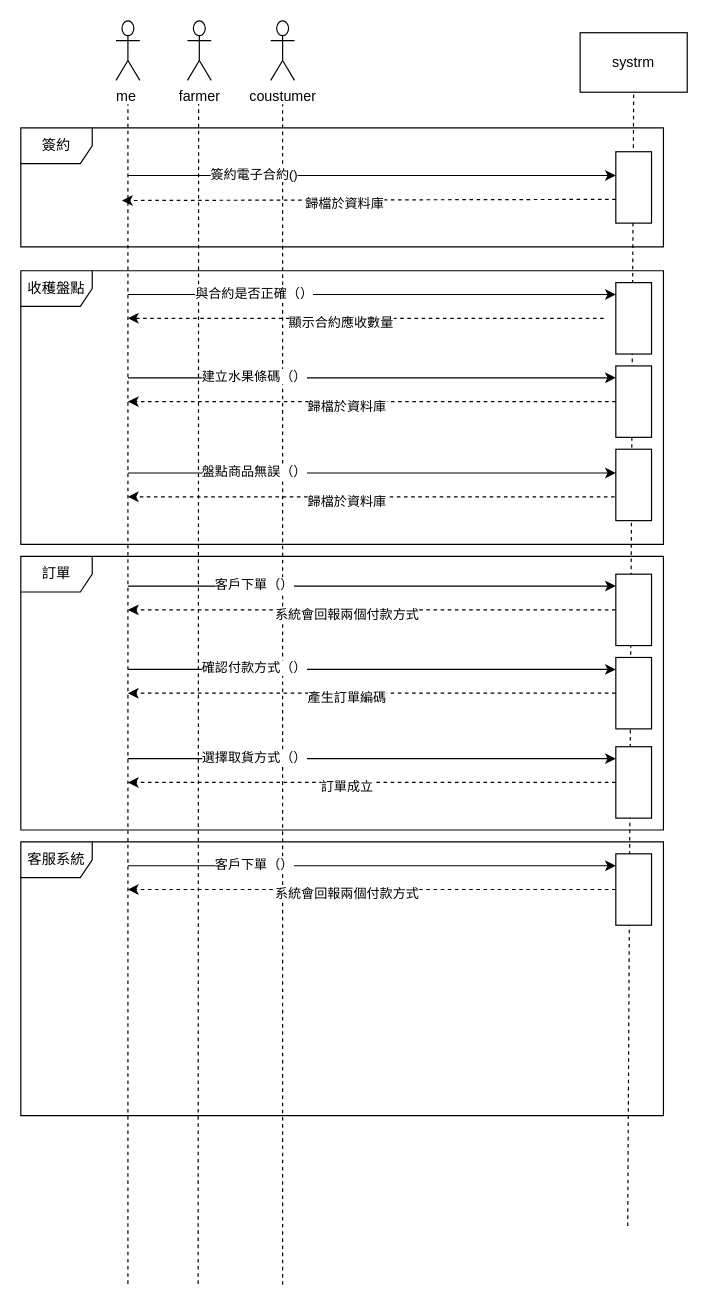
The draw.io diagram c.drawio in Dolaaaaaaaa/Teamproject, before the edit. Source tidied: cells renumbered, new cells numbered last; positions are measured from the earlier drawing's top-left corner, leaving out a move shared by most shapes. Both pictures are drawn from the tidied source at 119%, with x=0, y=0 at pixel (20, 20).
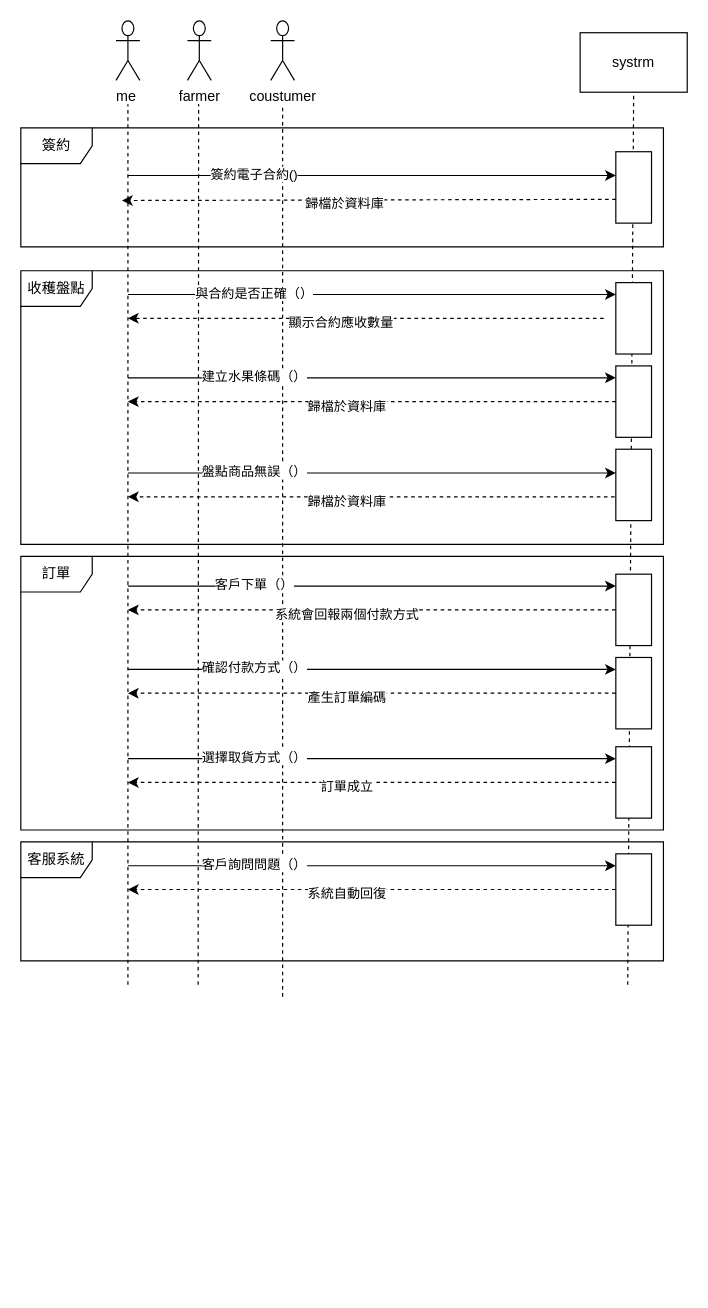
Above is the later version.

The change refers to these unchanged cells:
```xml
<mxCell id="2" value="systrm" style="rounded=0;whiteSpace=wrap;html=1;" parent="1" vertex="1">
  <mxGeometry x="470" y="10" width="90" height="50" as="geometry" />
</mxCell>
<mxCell id="9" value="coustumer" style="shape=umlActor;verticalLabelPosition=bottom;verticalAlign=top;html=1;" parent="1" vertex="1">
  <mxGeometry x="210" width="20" height="50" as="geometry" />
</mxCell>
<mxCell id="50" style="endArrow=classic;html=1;" parent="1" edge="1">
  <mxGeometry relative="1" as="geometry">
    <mxPoint x="90" y="710" as="sourcePoint" />
    <mxPoint x="500" y="710" as="targetPoint" />
  </mxGeometry>
</mxCell>
<mxCell id="52" style="endArrow=classic;html=1;dashed=1;exitX=0.907;exitY=0.174;exitDx=0;exitDy=0;exitPerimeter=0;" parent="1" edge="1">
  <mxGeometry relative="1" as="geometry">
    <mxPoint x="499.8" y="730" as="sourcePoint" />
    <mxPoint x="90" y="730" as="targetPoint" />
  </mxGeometry>
</mxCell>
```

The edit, as a diff of the source:
```diff
@@
     <mxCell id="3" style="endArrow=none;dashed=1;html=1;entryX=0.5;entryY=1;entryDx=0;entryDy=0;" parent="1" edge="1" target="2">
       <mxGeometry relative="1" as="geometry">
-        <mxPoint x="510" y="1012.8" as="sourcePoint" />
+        <mxPoint x="510" y="810" as="sourcePoint" />
       </mxGeometry>
     </mxCell>
     <mxCell id="4" style="endArrow=none;dashed=1;html=1;entryX=0.5;entryY=1.4;entryDx=0;entryDy=0;entryPerimeter=0;" parent="1" edge="1" target="9">
       <mxGeometry relative="1" as="geometry">
-        <mxPoint x="220" y="1062.1" as="sourcePoint" />
+        <mxPoint x="220" y="820" as="sourcePoint" />
       </mxGeometry>
     </mxCell>
@@
     <mxCell id="7" style="endArrow=none;dashed=1;html=1;" parent="1" edge="1">
       <mxGeometry relative="1" as="geometry">
-        <mxPoint x="90" y="1061.4" as="sourcePoint" />
+        <mxPoint x="90" y="810" as="sourcePoint" />
         <mxPoint x="90" y="70" as="targetPoint" />
       </mxGeometry>
     </mxCell>
@@
     <mxCell id="10" style="endArrow=none;dashed=1;html=1;" parent="1" edge="1">
       <mxGeometry relative="1" as="geometry">
-        <mxPoint x="149" y="1061.4" as="sourcePoint" />
+        <mxPoint x="149" y="810" as="sourcePoint" />
         <mxPoint x="149.4" y="70" as="targetPoint" />
       </mxGeometry>
     </mxCell>
@@
     <mxCell id="48" value="客服系統" style="shape=umlFrame;whiteSpace=wrap;html=1;" parent="1" vertex="1">
-      <mxGeometry y="690" width="540" height="230" as="geometry" />
+      <mxGeometry y="690" width="540" height="100" as="geometry" />
     </mxCell>
@@
-    <mxCell id="51" value="客戶下單（）" style="edgeLabel;html=1;align=center;verticalAlign=middle;" parent="50" vertex="1">
+    <mxCell id="51" value="客戶詢問問題（）" style="edgeLabel;html=1;align=center;verticalAlign=middle;" parent="50" vertex="1">
       <mxGeometry x="-0.49" y="2" relative="1" as="geometry" />
     </mxCell>
@@
-    <mxCell id="53" value="系統會回報兩個付款方式" style="edgeLabel;html=1;align=center;verticalAlign=middle;" parent="52" vertex="1">
+    <mxCell id="53" value="系統自動回復" style="edgeLabel;html=1;align=center;verticalAlign=middle;" parent="52" vertex="1">
       <mxGeometry x="0.1" y="3" relative="1" as="geometry">
         <mxPoint x="-1" as="offset" />
       </mxGeometry>
     </mxCell>
```
